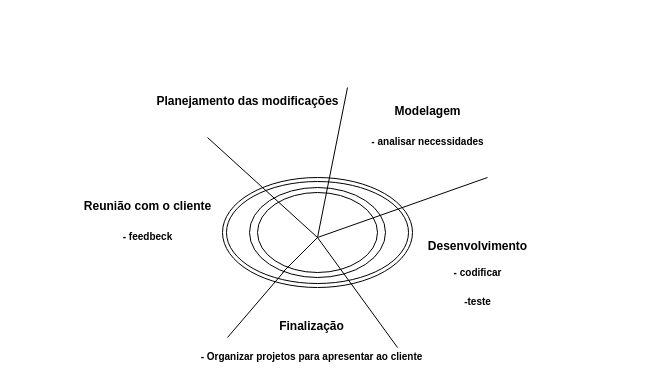
Above: page "Subfluxo da entrega" (7 of 7) of Processo com modelos unificados.drawio in helloisasilva/Processo-de-engenharia-de-software-com-modelos-unificados- (draw.io), before the change. Source tidied: cells renumbered, new cells numbered last; positions are measured from the earlier drawing's top-left corner, leaving out a move shared by most shapes. Both pictures are drawn from the tidied source at 100%, with x=0, y=0 at pixel (97, 77).
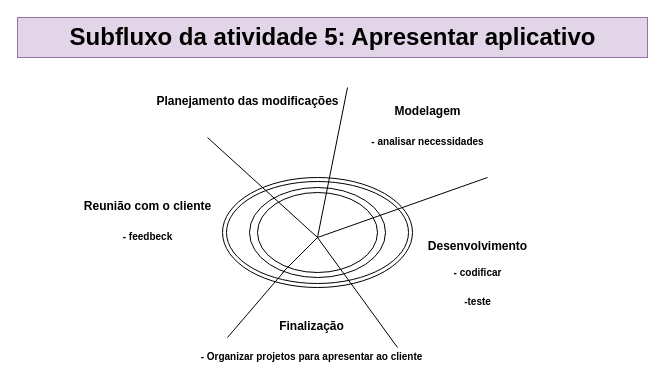
The same diagram, later.

What changed in the source:
```diff
@@
+    <mxCell id="21" value="Subfluxo da atividade 5: Apresentar aplicativo" style="text;strokeColor=#9673a6;fillColor=#e1d5e7;html=1;fontSize=24;fontStyle=1;verticalAlign=middle;align=center;" parent="1" vertex="1">
+      <mxGeometry x="-80" y="-60" width="630" height="40" as="geometry" />
+    </mxCell>
```
